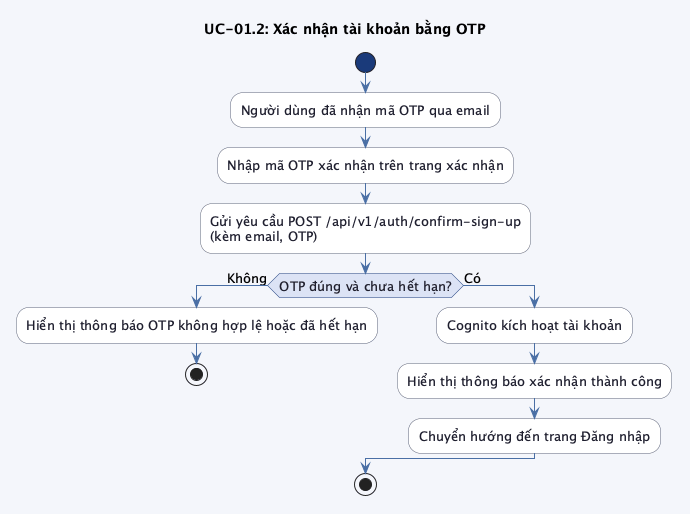
Above: src/images/chap3/activity_uc01_2.png in trongnhan34vn/trello-report (PlantUML), before the change.
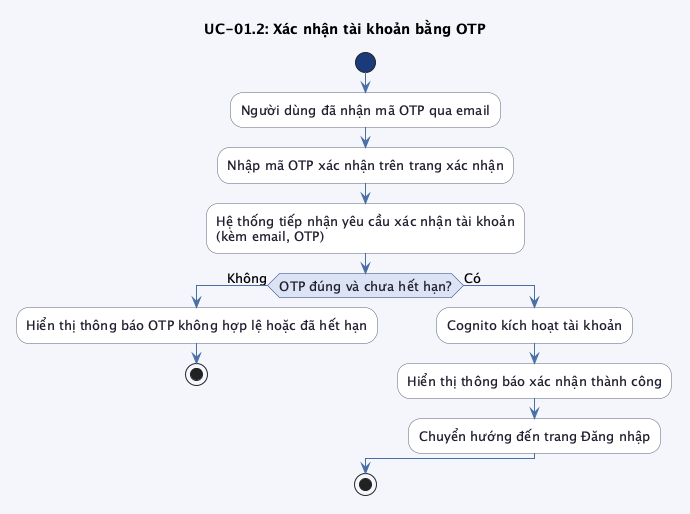
After the change.

What changed in the source:
```diff
@@ -21,7 +21,7 @@
 
 :Người dùng đã nhận mã OTP qua email;
 :Nhập mã OTP xác nhận trên trang xác nhận;
-:Gửi yêu cầu POST /api/v1/auth/confirm-sign-up\n(kèm email, OTP);
+:Hệ thống tiếp nhận yêu cầu xác nhận tài khoản\n(kèm email, OTP);
 
 if (OTP đúng và chưa hết hạn?) then (Không)
     :Hiển thị thông báo OTP không hợp lệ hoặc đã hết hạn;
```
